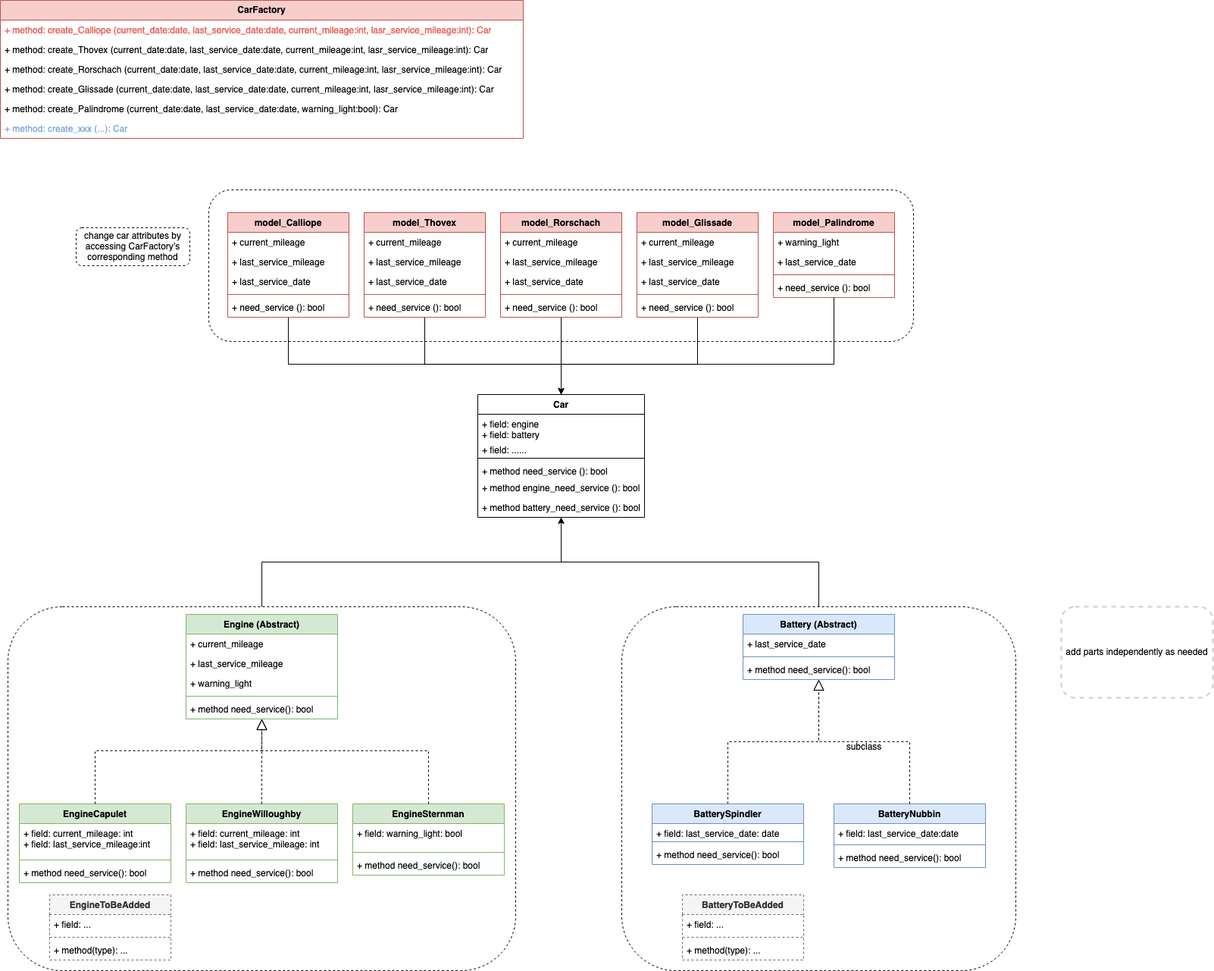
Before: media/LyftServiceArcihtecture.drawio.png, a diagram exported from draw.io (cptbtptp01/Forage-Lyft). Source tidied: cells renumbered, new cells last; positions are measured from the earlier drawing's top-left corner, leaving out a move shared by most shapes.
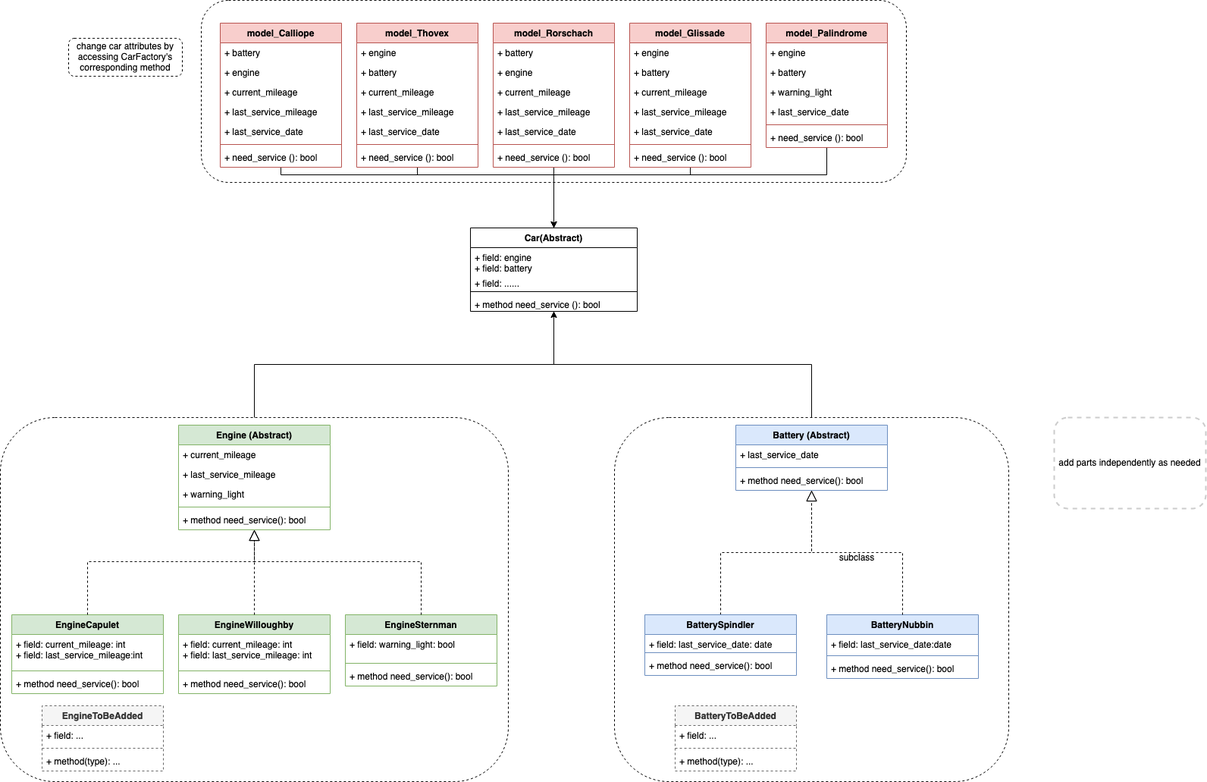
Above is the later version.

The edit, as a diff of the source:
```diff
@@ -3,7 +3,7 @@
     <mxCell id="0" />
     <mxCell id="1" parent="0" />
     <mxCell id="2" style="rounded=1;whiteSpace=wrap;html=1;fillColor=default;dashed=1;" parent="1" vertex="1">
-      <mxGeometry x="275" y="250" width="930" height="200" as="geometry" />
+      <mxGeometry x="275" y="250" width="930" height="240" as="geometry" />
     </mxCell>
     <mxCell id="3" style="edgeStyle=orthogonalEdgeStyle;rounded=0;jettySize=auto;html=1;" parent="1" edge="1" source="4" target="7">
       <mxGeometry relative="1" as="geometry" />
@@ -17,8 +17,8 @@
     <mxCell id="6" style="rounded=1;whiteSpace=wrap;html=1;fillColor=none;dashed=1;" parent="1" vertex="1">
       <mxGeometry x="820" y="800" width="520" height="480" as="geometry" />
     </mxCell>
-    <mxCell id="7" value="Car" style="swimlane;fontStyle=1;align=center;verticalAlign=top;horizontal=1;startSize=26;whiteSpace=wrap;html=1;" parent="1" vertex="1">
-      <mxGeometry x="630" y="520" width="220" height="162" as="geometry" />
+    <mxCell id="7" value="Car(Abstract)" style="swimlane;fontStyle=1;align=center;verticalAlign=top;horizontal=1;startSize=26;whiteSpace=wrap;html=1;" parent="1" vertex="1">
+      <mxGeometry x="630" y="550" width="220" height="110" as="geometry" />
     </mxCell>
     <mxCell id="8" value="&lt;div&gt;+ field: engine&lt;/div&gt;&lt;div&gt;+ field: battery&lt;/div&gt;" style="text;strokeColor=none;fillColor=none;align=left;verticalAlign=top;spacingLeft=4;spacingRight=4;overflow=hidden;whiteSpace=wrap;html=1;" parent="7" vertex="1">
       <mxGeometry y="26" width="220" height="34" as="geometry" />
@@ -32,12 +32,6 @@
     <mxCell id="11" value="+ method need_service (): bool" style="text;strokeColor=none;fillColor=none;align=left;verticalAlign=top;spacingLeft=4;spacingRight=4;overflow=hidden;whiteSpace=wrap;html=1;" parent="7" vertex="1">
       <mxGeometry y="88" width="220" height="22" as="geometry" />
     </mxCell>
-    <mxCell id="12" value="+ method engine_need_service (): bool" style="text;strokeColor=none;fillColor=none;align=left;verticalAlign=top;spacingLeft=4;spacingRight=4;overflow=hidden;whiteSpace=wrap;html=1;" parent="7" vertex="1">
-      <mxGeometry y="110" width="220" height="26" as="geometry" />
-    </mxCell>
-    <mxCell id="13" value="+ method battery_need_service (): bool" style="text;strokeColor=none;fillColor=none;align=left;verticalAlign=top;spacingLeft=4;spacingRight=4;overflow=hidden;whiteSpace=wrap;html=1;" parent="7" vertex="1">
-      <mxGeometry y="136" width="220" height="26" as="geometry" />
-    </mxCell>
     <mxCell id="14" value="EngineCapulet" style="swimlane;fontStyle=1;align=center;verticalAlign=top;horizontal=1;startSize=26;whiteSpace=wrap;html=1;fillColor=#d5e8d4;strokeColor=#82b366;" parent="1" vertex="1">
       <mxGeometry x="25" y="1060" width="200" height="104" as="geometry" />
     </mxCell>
@@ -156,27 +150,6 @@
     <mxCell id="49" value="subclass" style="text;strokeColor=none;align=center;fillColor=none;html=1;verticalAlign=middle;whiteSpace=wrap;rounded=0;" parent="1" vertex="1">
       <mxGeometry x="1110" y="970" width="60" height="30" as="geometry" />
     </mxCell>
-    <mxCell id="50" value="&lt;b&gt;CarFactory&lt;/b&gt;" style="swimlane;fontStyle=0;horizontal=1;startSize=26;fillColor=#f8cecc;whiteSpace=wrap;html=1;strokeColor=#b85450;" parent="1" vertex="1">
-      <mxGeometry width="690" height="182" as="geometry" />
-    </mxCell>
-    <mxCell id="51" value="&lt;div&gt;+ method: create_Calliope (current_date:date, last_service_date:date, current_mileage:int, lasr_service_mileage:int): Car&lt;br&gt;&lt;/div&gt;" style="text;strokeColor=none;fillColor=none;align=left;verticalAlign=top;spacingLeft=4;spacingRight=4;overflow=hidden;whiteSpace=wrap;html=1;fontColor=#EA6B66;fontStyle=0;" parent="50" vertex="1">
-      <mxGeometry y="26" width="690" height="26" as="geometry" />
-    </mxCell>
-    <mxCell id="52" value="&lt;div&gt;+ method: create_Thovex (current_date:date, last_service_date:date, current_mileage:int, lasr_service_mileage:int): Car&lt;br&gt;&lt;/div&gt;" style="text;strokeColor=none;fillColor=none;align=left;verticalAlign=top;spacingLeft=4;spacingRight=4;overflow=hidden;whiteSpace=wrap;html=1;" parent="50" vertex="1">
-      <mxGeometry y="52" width="690" height="26" as="geometry" />
-    </mxCell>
-    <mxCell id="53" value="&lt;div&gt;+ method: create_Rorschach (current_date:date, last_service_date:date, current_mileage:int, lasr_service_mileage:int): Car&lt;br&gt;&lt;/div&gt;" style="text;strokeColor=none;fillColor=none;align=left;verticalAlign=top;spacingLeft=4;spacingRight=4;overflow=hidden;whiteSpace=wrap;html=1;" parent="50" vertex="1">
-      <mxGeometry y="78" width="690" height="26" as="geometry" />
-    </mxCell>
-    <mxCell id="54" value="&lt;div&gt;+ method: create_Glissade (current_date:date, last_service_date:date, current_mileage:int, lasr_service_mileage:int): Car&lt;br&gt;&lt;/div&gt;" style="text;strokeColor=none;fillColor=none;align=left;verticalAlign=top;spacingLeft=4;spacingRight=4;overflow=hidden;whiteSpace=wrap;html=1;" parent="50" vertex="1">
-      <mxGeometry y="104" width="690" height="26" as="geometry" />
-    </mxCell>
-    <mxCell id="55" value="&lt;div&gt;+ method: create_Palindrome (current_date:date, last_service_date:date, warning_light:bool): Car&lt;br&gt;&lt;/div&gt;" style="text;strokeColor=none;fillColor=none;align=left;verticalAlign=top;spacingLeft=4;spacingRight=4;overflow=hidden;whiteSpace=wrap;html=1;" parent="50" vertex="1">
-      <mxGeometry y="130" width="690" height="26" as="geometry" />
-    </mxCell>
-    <mxCell id="56" value="&lt;div&gt;+ method: create_xxx (...): Car&lt;br&gt;&lt;/div&gt;" style="text;strokeColor=none;fillColor=none;align=left;verticalAlign=top;spacingLeft=4;spacingRight=4;overflow=hidden;whiteSpace=wrap;html=1;fontColor=#7EA6E0;" parent="50" vertex="1">
-      <mxGeometry y="156" width="690" height="26" as="geometry" />
-    </mxCell>
     <mxCell id="57" value="change car attributes by accessing CarFactory's corresponding method" style="rounded=1;whiteSpace=wrap;html=1;dashed=1;" parent="1" vertex="1">
       <mxGeometry x="100" y="300" width="150" height="50" as="geometry" />
     </mxCell>
@@ -216,22 +189,28 @@
       </mxGeometry>
     </mxCell>
     <mxCell id="68" value="model_Calliope" style="swimlane;fontStyle=1;align=center;verticalAlign=top;horizontal=1;startSize=26;whiteSpace=wrap;html=1;fillColor=#f8cecc;strokeColor=#b85450;" parent="1" vertex="1">
-      <mxGeometry x="300" y="280" width="160" height="138" as="geometry" />
+      <mxGeometry x="300" y="280" width="160" height="190" as="geometry" />
     </mxCell>
+    <mxCell id="101" value="+ battery" style="text;strokeColor=none;fillColor=none;align=left;verticalAlign=top;spacingLeft=4;spacingRight=4;overflow=hidden;whiteSpace=wrap;html=1;" parent="68" vertex="1">
+      <mxGeometry y="26" width="160" height="26" as="geometry" />
+    </mxCell>
+    <mxCell id="102" value="+ engine" style="text;strokeColor=none;fillColor=none;align=left;verticalAlign=top;spacingLeft=4;spacingRight=4;overflow=hidden;whiteSpace=wrap;html=1;" parent="68" vertex="1">
+      <mxGeometry y="52" width="160" height="26" as="geometry" />
+    </mxCell>
     <mxCell id="69" value="+ current_mileage" style="text;strokeColor=none;fillColor=none;align=left;verticalAlign=top;spacingLeft=4;spacingRight=4;overflow=hidden;whiteSpace=wrap;html=1;" parent="68" vertex="1">
-      <mxGeometry y="26" width="160" height="26" as="geometry" />
+      <mxGeometry y="78" width="160" height="26" as="geometry" />
     </mxCell>
     <mxCell id="70" value="+ last_service_mileage" style="text;strokeColor=none;fillColor=none;align=left;verticalAlign=top;spacingLeft=4;spacingRight=4;overflow=hidden;whiteSpace=wrap;html=1;" parent="68" vertex="1">
-      <mxGeometry y="52" width="160" height="26" as="geometry" />
+      <mxGeometry y="104" width="160" height="26" as="geometry" />
     </mxCell>
     <mxCell id="71" value="+ last_service_date" style="text;strokeColor=none;fillColor=none;align=left;verticalAlign=top;spacingLeft=4;spacingRight=4;overflow=hidden;whiteSpace=wrap;html=1;" parent="68" vertex="1">
-      <mxGeometry y="78" width="160" height="26" as="geometry" />
+      <mxGeometry y="130" width="160" height="26" as="geometry" />
     </mxCell>
     <mxCell id="72" style="line;strokeWidth=1;fillColor=none;align=left;verticalAlign=middle;spacingTop=-1;spacingLeft=3;spacingRight=3;labelPosition=right;strokeColor=inherit;" parent="68" vertex="1">
-      <mxGeometry y="104" width="160" height="8" as="geometry" />
+      <mxGeometry y="156" width="160" height="8" as="geometry" />
     </mxCell>
     <mxCell id="73" value="+ need_service (): bool" style="text;strokeColor=none;fillColor=none;align=left;verticalAlign=top;spacingLeft=4;spacingRight=4;overflow=hidden;whiteSpace=wrap;html=1;" parent="68" vertex="1">
-      <mxGeometry y="112" width="160" height="26" as="geometry" />
+      <mxGeometry y="164" width="160" height="26" as="geometry" />
     </mxCell>
     <mxCell id="74" style="edgeStyle=orthogonalEdgeStyle;rounded=0;jettySize=auto;html=1;entryX=0.5;entryY=0;entryDx=0;entryDy=0;" parent="1" edge="1" source="75" target="7">
       <mxGeometry relative="1" as="geometry">
@@ -242,43 +221,55 @@
       </mxGeometry>
     </mxCell>
     <mxCell id="75" value="model_Thovex" style="swimlane;fontStyle=1;align=center;verticalAlign=top;horizontal=1;startSize=26;whiteSpace=wrap;html=1;fillColor=#f8cecc;strokeColor=#b85450;" parent="1" vertex="1">
-      <mxGeometry x="480" y="280" width="160" height="138" as="geometry" />
+      <mxGeometry x="480" y="280" width="160" height="190" as="geometry" />
     </mxCell>
+    <mxCell id="103" value="+ engine" style="text;strokeColor=none;fillColor=none;align=left;verticalAlign=top;spacingLeft=4;spacingRight=4;overflow=hidden;whiteSpace=wrap;html=1;" parent="75" vertex="1">
+      <mxGeometry y="26" width="160" height="26" as="geometry" />
+    </mxCell>
+    <mxCell id="104" value="+ battery" style="text;strokeColor=none;fillColor=none;align=left;verticalAlign=top;spacingLeft=4;spacingRight=4;overflow=hidden;whiteSpace=wrap;html=1;" parent="75" vertex="1">
+      <mxGeometry y="52" width="160" height="26" as="geometry" />
+    </mxCell>
     <mxCell id="76" value="+ current_mileage" style="text;strokeColor=none;fillColor=none;align=left;verticalAlign=top;spacingLeft=4;spacingRight=4;overflow=hidden;whiteSpace=wrap;html=1;" parent="75" vertex="1">
-      <mxGeometry y="26" width="160" height="26" as="geometry" />
+      <mxGeometry y="78" width="160" height="26" as="geometry" />
     </mxCell>
     <mxCell id="77" value="+ last_service_mileage" style="text;strokeColor=none;fillColor=none;align=left;verticalAlign=top;spacingLeft=4;spacingRight=4;overflow=hidden;whiteSpace=wrap;html=1;" parent="75" vertex="1">
-      <mxGeometry y="52" width="160" height="26" as="geometry" />
+      <mxGeometry y="104" width="160" height="26" as="geometry" />
     </mxCell>
     <mxCell id="78" value="+ last_service_date" style="text;strokeColor=none;fillColor=none;align=left;verticalAlign=top;spacingLeft=4;spacingRight=4;overflow=hidden;whiteSpace=wrap;html=1;" parent="75" vertex="1">
-      <mxGeometry y="78" width="160" height="26" as="geometry" />
+      <mxGeometry y="130" width="160" height="26" as="geometry" />
     </mxCell>
     <mxCell id="79" style="line;strokeWidth=1;fillColor=none;align=left;verticalAlign=middle;spacingTop=-1;spacingLeft=3;spacingRight=3;labelPosition=right;strokeColor=inherit;" parent="75" vertex="1">
-      <mxGeometry y="104" width="160" height="8" as="geometry" />
+      <mxGeometry y="156" width="160" height="8" as="geometry" />
     </mxCell>
     <mxCell id="80" value="+ need_service (): bool" style="text;strokeColor=none;fillColor=none;align=left;verticalAlign=top;spacingLeft=4;spacingRight=4;overflow=hidden;whiteSpace=wrap;html=1;" parent="75" vertex="1">
-      <mxGeometry y="112" width="160" height="26" as="geometry" />
+      <mxGeometry y="164" width="160" height="26" as="geometry" />
     </mxCell>
     <mxCell id="81" style="edgeStyle=orthogonalEdgeStyle;rounded=0;jettySize=auto;html=1;entryX=0.5;entryY=0;entryDx=0;entryDy=0;" parent="1" edge="1" source="82" target="7">
       <mxGeometry relative="1" as="geometry" />
     </mxCell>
     <mxCell id="82" value="model_Rorschach" style="swimlane;fontStyle=1;align=center;verticalAlign=top;horizontal=1;startSize=26;whiteSpace=wrap;html=1;fillColor=#f8cecc;strokeColor=#b85450;" parent="1" vertex="1">
-      <mxGeometry x="660" y="280" width="160" height="138" as="geometry" />
+      <mxGeometry x="660" y="280" width="160" height="190" as="geometry" />
     </mxCell>
+    <mxCell id="105" value="+ battery" style="text;strokeColor=none;fillColor=none;align=left;verticalAlign=top;spacingLeft=4;spacingRight=4;overflow=hidden;whiteSpace=wrap;html=1;" parent="82" vertex="1">
+      <mxGeometry y="26" width="160" height="26" as="geometry" />
+    </mxCell>
+    <mxCell id="106" value="+ engine" style="text;strokeColor=none;fillColor=none;align=left;verticalAlign=top;spacingLeft=4;spacingRight=4;overflow=hidden;whiteSpace=wrap;html=1;" parent="82" vertex="1">
+      <mxGeometry y="52" width="160" height="26" as="geometry" />
+    </mxCell>
     <mxCell id="83" value="+ current_mileage" style="text;strokeColor=none;fillColor=none;align=left;verticalAlign=top;spacingLeft=4;spacingRight=4;overflow=hidden;whiteSpace=wrap;html=1;" parent="82" vertex="1">
-      <mxGeometry y="26" width="160" height="26" as="geometry" />
+      <mxGeometry y="78" width="160" height="26" as="geometry" />
     </mxCell>
     <mxCell id="84" value="+ last_service_mileage" style="text;strokeColor=none;fillColor=none;align=left;verticalAlign=top;spacingLeft=4;spacingRight=4;overflow=hidden;whiteSpace=wrap;html=1;" parent="82" vertex="1">
-      <mxGeometry y="52" width="160" height="26" as="geometry" />
+      <mxGeometry y="104" width="160" height="26" as="geometry" />
     </mxCell>
     <mxCell id="85" value="+ last_service_date" style="text;strokeColor=none;fillColor=none;align=left;verticalAlign=top;spacingLeft=4;spacingRight=4;overflow=hidden;whiteSpace=wrap;html=1;" parent="82" vertex="1">
-      <mxGeometry y="78" width="160" height="26" as="geometry" />
+      <mxGeometry y="130" width="160" height="26" as="geometry" />
     </mxCell>
     <mxCell id="86" style="line;strokeWidth=1;fillColor=none;align=left;verticalAlign=middle;spacingTop=-1;spacingLeft=3;spacingRight=3;labelPosition=right;strokeColor=inherit;" parent="82" vertex="1">
-      <mxGeometry y="104" width="160" height="8" as="geometry" />
+      <mxGeometry y="156" width="160" height="8" as="geometry" />
     </mxCell>
     <mxCell id="87" value="+ need_service (): bool" style="text;strokeColor=none;fillColor=none;align=left;verticalAlign=top;spacingLeft=4;spacingRight=4;overflow=hidden;whiteSpace=wrap;html=1;" parent="82" vertex="1">
-      <mxGeometry y="112" width="160" height="26" as="geometry" />
+      <mxGeometry y="164" width="160" height="26" as="geometry" />
     </mxCell>
     <mxCell id="88" style="edgeStyle=orthogonalEdgeStyle;rounded=0;jettySize=auto;html=1;entryX=0.5;entryY=0;entryDx=0;entryDy=0;" parent="1" edge="1" source="89" target="7">
       <mxGeometry relative="1" as="geometry">
@@ -289,22 +280,28 @@
       </mxGeometry>
     </mxCell>
     <mxCell id="89" value="model_Glissade" style="swimlane;fontStyle=1;align=center;verticalAlign=top;horizontal=1;startSize=26;whiteSpace=wrap;html=1;fillColor=#f8cecc;strokeColor=#b85450;" parent="1" vertex="1">
-      <mxGeometry x="840" y="280" width="160" height="138" as="geometry" />
+      <mxGeometry x="840" y="280" width="160" height="190" as="geometry" />
     </mxCell>
+    <mxCell id="107" value="+ engine" style="text;strokeColor=none;fillColor=none;align=left;verticalAlign=top;spacingLeft=4;spacingRight=4;overflow=hidden;whiteSpace=wrap;html=1;" parent="89" vertex="1">
+      <mxGeometry y="26" width="160" height="26" as="geometry" />
+    </mxCell>
+    <mxCell id="108" value="+ battery" style="text;strokeColor=none;fillColor=none;align=left;verticalAlign=top;spacingLeft=4;spacingRight=4;overflow=hidden;whiteSpace=wrap;html=1;" parent="89" vertex="1">
+      <mxGeometry y="52" width="160" height="26" as="geometry" />
+    </mxCell>
     <mxCell id="90" value="+ current_mileage" style="text;strokeColor=none;fillColor=none;align=left;verticalAlign=top;spacingLeft=4;spacingRight=4;overflow=hidden;whiteSpace=wrap;html=1;" parent="89" vertex="1">
-      <mxGeometry y="26" width="160" height="26" as="geometry" />
+      <mxGeometry y="78" width="160" height="26" as="geometry" />
     </mxCell>
     <mxCell id="91" value="+ last_service_mileage" style="text;strokeColor=none;fillColor=none;align=left;verticalAlign=top;spacingLeft=4;spacingRight=4;overflow=hidden;whiteSpace=wrap;html=1;" parent="89" vertex="1">
-      <mxGeometry y="52" width="160" height="26" as="geometry" />
+      <mxGeometry y="104" width="160" height="26" as="geometry" />
     </mxCell>
     <mxCell id="92" value="+ last_service_date" style="text;strokeColor=none;fillColor=none;align=left;verticalAlign=top;spacingLeft=4;spacingRight=4;overflow=hidden;whiteSpace=wrap;html=1;" parent="89" vertex="1">
-      <mxGeometry y="78" width="160" height="26" as="geometry" />
+      <mxGeometry y="130" width="160" height="26" as="geometry" />
     </mxCell>
     <mxCell id="93" style="line;strokeWidth=1;fillColor=none;align=left;verticalAlign=middle;spacingTop=-1;spacingLeft=3;spacingRight=3;labelPosition=right;strokeColor=inherit;" parent="89" vertex="1">
-      <mxGeometry y="104" width="160" height="8" as="geometry" />
+      <mxGeometry y="156" width="160" height="8" as="geometry" />
     </mxCell>
     <mxCell id="94" value="+ need_service (): bool" style="text;strokeColor=none;fillColor=none;align=left;verticalAlign=top;spacingLeft=4;spacingRight=4;overflow=hidden;whiteSpace=wrap;html=1;" parent="89" vertex="1">
-      <mxGeometry y="112" width="160" height="26" as="geometry" />
+      <mxGeometry y="164" width="160" height="26" as="geometry" />
     </mxCell>
     <mxCell id="95" style="edgeStyle=orthogonalEdgeStyle;rounded=0;jettySize=auto;html=1;entryX=0.5;entryY=0;entryDx=0;entryDy=0;" parent="1" edge="1" source="96" target="7">
       <mxGeometry relative="1" as="geometry">
@@ -315,19 +312,25 @@
       </mxGeometry>
     </mxCell>
     <mxCell id="96" value="model_Palindrome" style="swimlane;fontStyle=1;align=center;verticalAlign=top;horizontal=1;startSize=26;whiteSpace=wrap;html=1;fillColor=#f8cecc;strokeColor=#b85450;" parent="1" vertex="1">
-      <mxGeometry x="1020" y="280" width="160" height="112" as="geometry" />
+      <mxGeometry x="1020" y="280" width="160" height="164" as="geometry" />
     </mxCell>
+    <mxCell id="109" value="+ engine" style="text;strokeColor=none;fillColor=none;align=left;verticalAlign=top;spacingLeft=4;spacingRight=4;overflow=hidden;whiteSpace=wrap;html=1;" parent="96" vertex="1">
+      <mxGeometry y="26" width="160" height="26" as="geometry" />
+    </mxCell>
+    <mxCell id="110" value="+ battery" style="text;strokeColor=none;fillColor=none;align=left;verticalAlign=top;spacingLeft=4;spacingRight=4;overflow=hidden;whiteSpace=wrap;html=1;" parent="96" vertex="1">
+      <mxGeometry y="52" width="160" height="26" as="geometry" />
+    </mxCell>
     <mxCell id="97" value="+ warning_light" style="text;strokeColor=none;fillColor=none;align=left;verticalAlign=top;spacingLeft=4;spacingRight=4;overflow=hidden;whiteSpace=wrap;html=1;" parent="96" vertex="1">
-      <mxGeometry y="26" width="160" height="26" as="geometry" />
+      <mxGeometry y="78" width="160" height="26" as="geometry" />
     </mxCell>
     <mxCell id="98" value="+ last_service_date" style="text;strokeColor=none;fillColor=none;align=left;verticalAlign=top;spacingLeft=4;spacingRight=4;overflow=hidden;whiteSpace=wrap;html=1;" parent="96" vertex="1">
-      <mxGeometry y="52" width="160" height="26" as="geometry" />
+      <mxGeometry y="104" width="160" height="26" as="geometry" />
     </mxCell>
     <mxCell id="99" style="line;strokeWidth=1;fillColor=none;align=left;verticalAlign=middle;spacingTop=-1;spacingLeft=3;spacingRight=3;labelPosition=right;strokeColor=inherit;" parent="96" vertex="1">
-      <mxGeometry y="78" width="160" height="8" as="geometry" />
+      <mxGeometry y="130" width="160" height="8" as="geometry" />
     </mxCell>
     <mxCell id="100" value="+ need_service (): bool" style="text;strokeColor=none;fillColor=none;align=left;verticalAlign=top;spacingLeft=4;spacingRight=4;overflow=hidden;whiteSpace=wrap;html=1;" parent="96" vertex="1">
-      <mxGeometry y="86" width="160" height="26" as="geometry" />
+      <mxGeometry y="138" width="160" height="26" as="geometry" />
     </mxCell>
   </root>
 </mxGraphModel>
```
